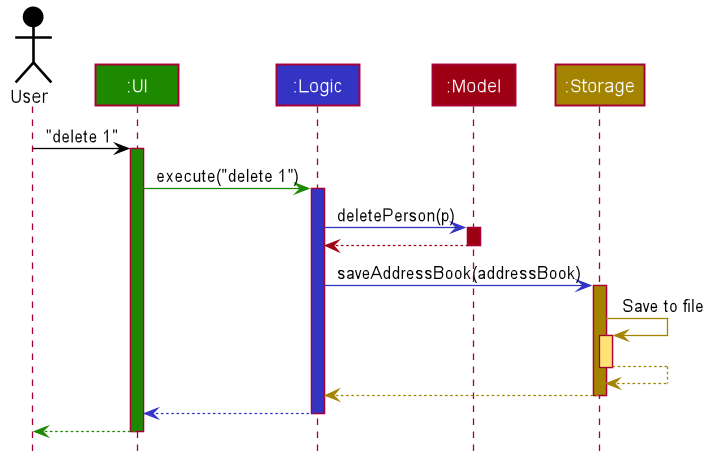
This is docs/images/ArchitectureSequenceDiagram.png from nus-cs2103-AY2223S1/tp, a PlantUML export, as it was before one commit.
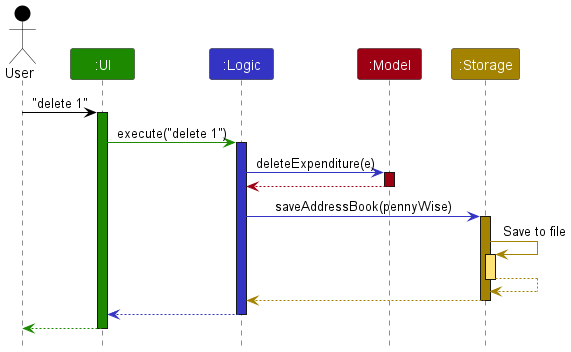
Later version of the same file.

Commit message:
Refactor DG for AddressBook -> PennyWise cleanup

Diff of the diagram source:
```diff
@@ -1,85 +1,38 @@
 @startuml
+!include style.puml
 
+Actor User as user USER_COLOR
+Participant ":UI" as ui UI_COLOR
+Participant ":Logic" as logic LOGIC_COLOR
+Participant ":Model" as model MODEL_COLOR
+Participant ":Storage" as storage STORAGE_COLOR
 
+user -[USER_COLOR]> ui : "delete 1"
+activate ui UI_COLOR
 
+ui -[UI_COLOR]> logic : execute("delete 1")
+activate logic LOGIC_COLOR
 
+logic -[LOGIC_COLOR]> model : deleteExpenditure(e)
+activate model MODEL_COLOR
 
-
-
-
-skinparam BackgroundColor #FFFFFFF
-
-skinparam Shadowing false
-
-skinparam Class {
-    FontColor #FFFFFF
-    BorderThickness 1
-    BorderColor #FFFFFF
-    StereotypeFontColor #FFFFFF
-    FontName Arial
-}
-
-skinparam Actor {
-    BorderColor #000000
-    Color #000000
-    FontName Arial
-}
-
-skinparam Sequence {
-    MessageAlign center
-    BoxFontSize 15
-    BoxPadding 0
-    BoxFontColor #FFFFFF
-    FontName Arial
-}
-
-skinparam Participant {
-    FontColor #FFFFFFF
-    Padding 20
-}
-
-skinparam MinClassWidth 50
-skinparam ParticipantPadding 10
-skinparam Shadowing false
-skinparam DefaultTextAlignment center
-skinparam packageStyle Rectangle
-
-hide footbox
-hide members
-hide circle
-
-Actor User as user #000000
-Participant ":UI" as ui #1D8900
-Participant ":Logic" as logic #3333C4
-Participant ":Model" as model #9D0012
-Participant ":Storage" as storage #A38300
-
-user -[#000000]> ui : "delete 1"
-activate ui #1D8900
-
-ui -[#1D8900]> logic : execute("delete 1")
-activate logic #3333C4
-
-logic -[#3333C4]> model : deletePerson(p)
-activate model #9D0012
-
-model -[#9D0012]-> logic
+model -[MODEL_COLOR]-> logic
 deactivate model
 
-logic -[#3333C4]> storage : saveAddressBook(addressBook)
-activate storage #A38300
+logic -[LOGIC_COLOR]> storage : saveAddressBook(pennyWise)
+activate storage STORAGE_COLOR
 
-storage -[#A38300]> storage : Save to file
-activate storage #FFE374
-storage --[#A38300]> storage
+storage -[STORAGE_COLOR]> storage : Save to file
+activate storage STORAGE_COLOR_T1
+storage --[STORAGE_COLOR]> storage
 deactivate storage
 
-storage --[#A38300]> logic
+storage --[STORAGE_COLOR]> logic
 deactivate storage
 
-logic --[#3333C4]> ui
+logic --[LOGIC_COLOR]> ui
 deactivate logic
 
-ui--[#1D8900]> user
+ui--[UI_COLOR]> user
 deactivate ui
 @enduml
```
